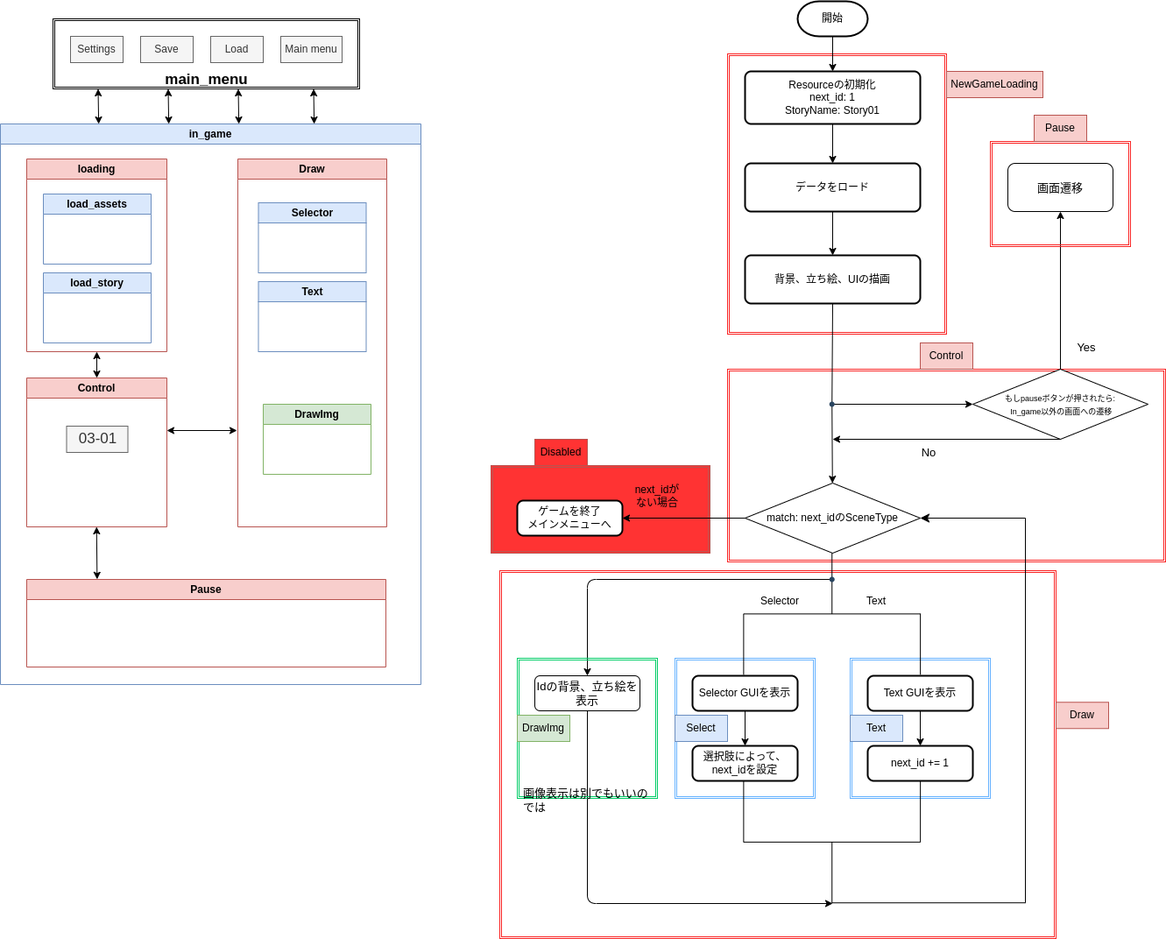
Earlier version of the draw.io export drawio/03_InGame.drawio.png (karasunokoppu/simple-novel-game). Source tidied: cells renumbered, new cells last; positions are measured from the earlier drawing's top-left corner, leaving out a move shared by most shapes.
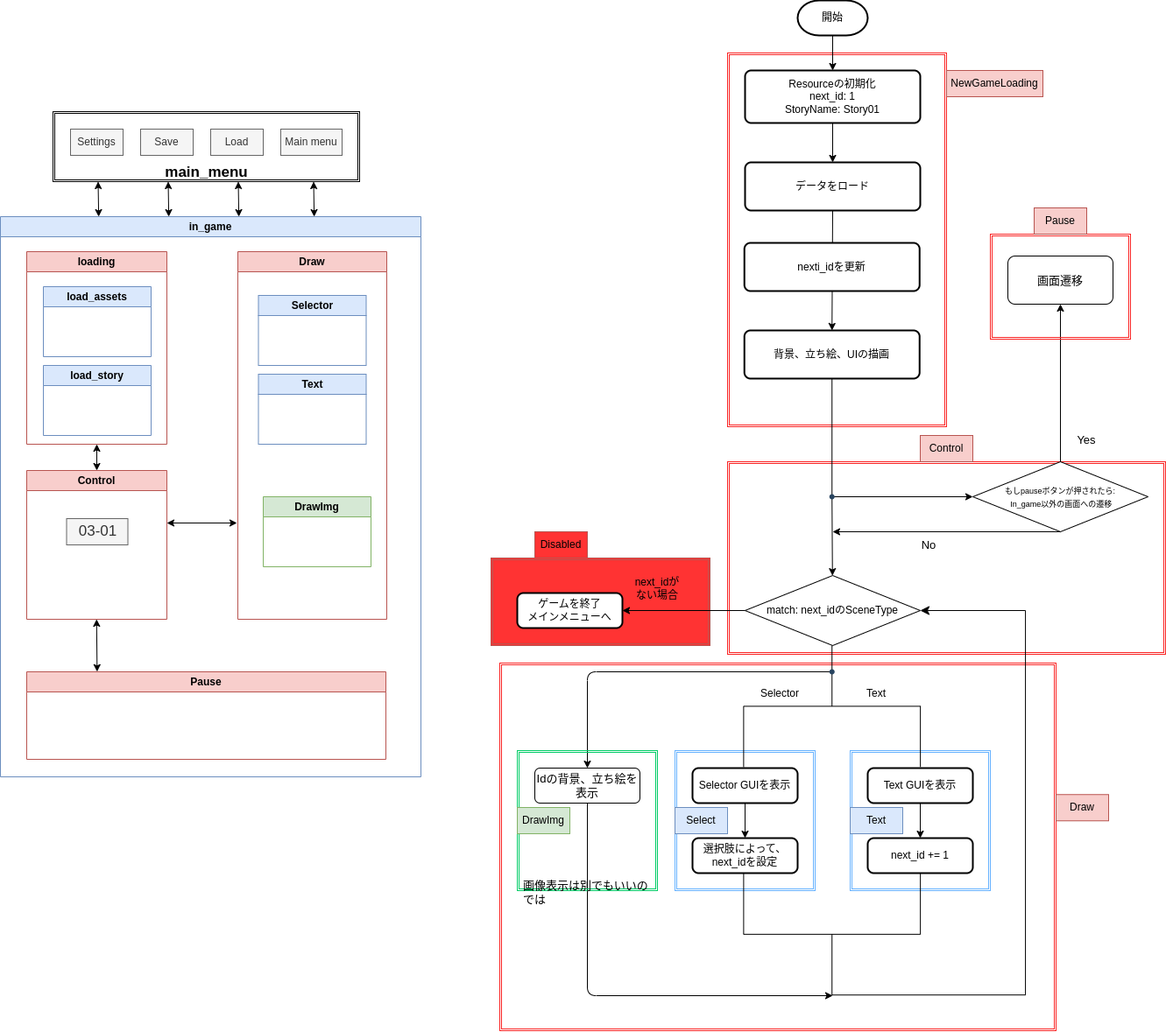
After the change.

The edit, as a diff of the source:
```diff
@@ -12,7 +12,7 @@
       <mxGeometry x="770" y="750" width="160" height="160" as="geometry" />
     </mxCell>
     <mxCell id="5" style="shape=ext;double=1;rounded=0;whiteSpace=wrap;html=1;fontSize=17;fillColor=none;strokeColor=#FA2323;" parent="1" vertex="1">
-      <mxGeometry x="830" y="60" width="250" height="320" as="geometry" />
+      <mxGeometry x="830" y="-47" width="250" height="427" as="geometry" />
     </mxCell>
     <mxCell id="6" style="shape=ext;double=1;rounded=0;whiteSpace=wrap;html=1;fontSize=17;fillColor=none;strokeColor=#FA2323;" parent="1" vertex="1">
       <mxGeometry x="830" y="420" width="500" height="220" as="geometry" />
@@ -110,13 +110,13 @@
       <mxGeometry x="125" y="50" width="100" height="40" as="geometry" />
     </mxCell>
     <mxCell id="32" value="開始" style="strokeWidth=2;html=1;shape=mxgraph.flowchart.terminator;whiteSpace=wrap;" parent="1" vertex="1">
-      <mxGeometry x="910" width="80" height="40" as="geometry" />
+      <mxGeometry x="910" y="-107" width="80" height="40" as="geometry" />
     </mxCell>
     <mxCell id="33" value="Resourceの初期化&lt;br&gt;next_id: 1&lt;br&gt;StoryName: Story01" style="rounded=1;whiteSpace=wrap;html=1;absoluteArcSize=1;arcSize=14;strokeWidth=2;" parent="1" vertex="1">
-      <mxGeometry x="850" y="80" width="200" height="60" as="geometry" />
+      <mxGeometry x="850" y="-27" width="200" height="60" as="geometry" />
     </mxCell>
     <mxCell id="34" value="データをロード" style="rounded=1;whiteSpace=wrap;html=1;absoluteArcSize=1;arcSize=14;strokeWidth=2;" parent="1" vertex="1">
-      <mxGeometry x="850" y="185" width="200" height="55" as="geometry" />
+      <mxGeometry x="850" y="78" width="200" height="55" as="geometry" />
     </mxCell>
     <mxCell id="35" style="endArrow=classic;html=1;exitX=0.5;exitY=1;exitDx=0;exitDy=0;exitPerimeter=0;" parent="1" edge="1" source="32" target="33">
       <mxGeometry relative="1" as="geometry" />
@@ -178,7 +178,7 @@
       <mxGeometry x="1050" y="390" width="60" height="30" as="geometry" />
     </mxCell>
     <mxCell id="53" value="NewGameLoading" style="text;html=1;strokeColor=#b85450;fillColor=#f8cecc;align=center;verticalAlign=middle;whiteSpace=wrap;rounded=0;" parent="1" vertex="1">
-      <mxGeometry x="1080" y="80" width="110" height="30" as="geometry" />
+      <mxGeometry x="1080" y="-27" width="110" height="30" as="geometry" />
     </mxCell>
     <mxCell id="54" value="No" style="text;html=1;strokeColor=none;fillColor=none;align=center;verticalAlign=middle;whiteSpace=wrap;rounded=0;fontSize=13;" parent="1" vertex="1">
       <mxGeometry x="1030" y="500" width="60" height="30" as="geometry" />
@@ -196,7 +196,7 @@
       <mxGeometry x="1180" y="130" width="60" height="30" as="geometry" />
     </mxCell>
     <mxCell id="59" value="背景、立ち絵、UIの描画" style="rounded=1;whiteSpace=wrap;html=1;absoluteArcSize=1;arcSize=14;strokeWidth=2;" parent="1" vertex="1">
-      <mxGeometry x="850" y="290" width="200" height="55" as="geometry" />
+      <mxGeometry x="849.2" y="270" width="200" height="55" as="geometry" />
     </mxCell>
     <mxCell id="60" style="endArrow=classic;html=1;exitDx=0;exitDy=0;startArrow=none;" parent="1" edge="1" source="72" target="37">
       <mxGeometry relative="1" as="geometry" />
@@ -276,5 +276,8 @@
     <mxCell id="79" value="Disabled" style="text;html=1;strokeColor=#B85450;fillColor=#FF3333;align=center;verticalAlign=middle;whiteSpace=wrap;rounded=0;" parent="1" vertex="1">
       <mxGeometry x="610" y="500" width="60" height="30" as="geometry" />
     </mxCell>
+    <mxCell id="80" value="nexti_idを更新" style="rounded=1;whiteSpace=wrap;html=1;absoluteArcSize=1;arcSize=14;strokeWidth=2;" parent="1" vertex="1">
+      <mxGeometry x="849.2" y="170" width="200" height="55" as="geometry" />
+    </mxCell>
   </root>
 </mxGraphModel>
```
